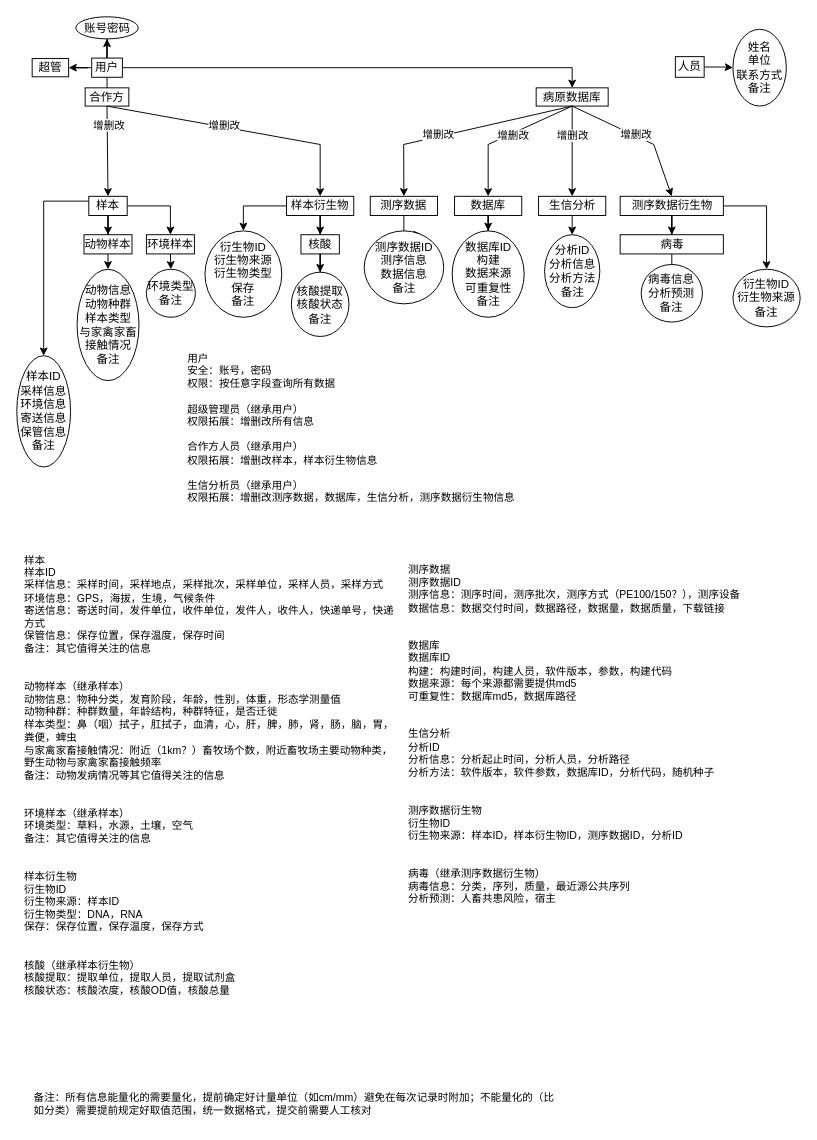
Earlier version of the draw.io diagram Copy of 病原大数据共享平台ER图.drawio (dailypartita/diagram-kaiti). Source tidied: cells renumbered, new cells numbered last; positions are measured from the earlier drawing's top-left corner, leaving out a move shared by most shapes. Both pictures are drawn from the tidied source at 96%, with x=0, y=0 at pixel (16, 16).
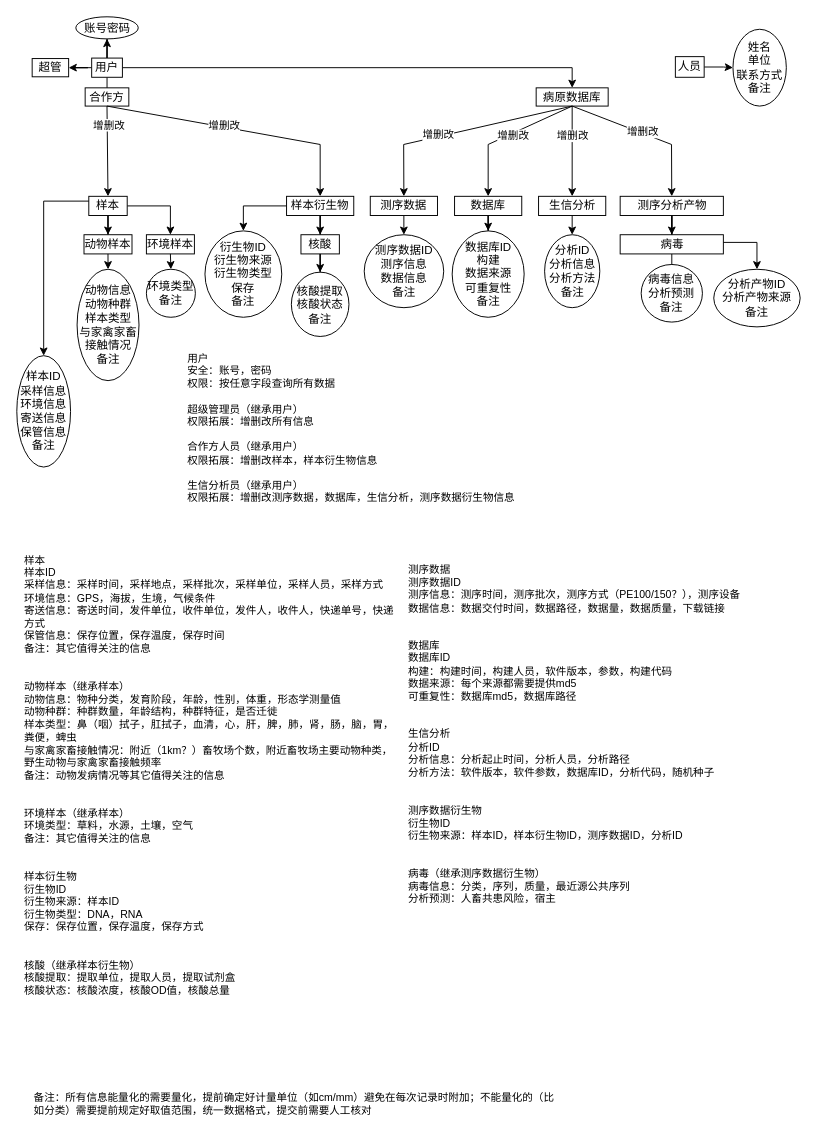
The same diagram, later.

Commit message:
Update Copy of 病原大数据共享平台ER图.drawio

Unchanged cells that the change refers to:
```xml
<mxCell id="9" value="病原数据库" style="rounded=0;whiteSpace=wrap;html=1;" parent="1" vertex="1">
  <mxGeometry x="541" y="74" width="75" height="19" as="geometry" />
</mxCell>
```

Change to the diagram source:
```diff
@@
-    <mxCell id="41" value="测序数据衍生物" style="rounded=0;whiteSpace=wrap;html=1;" parent="1" vertex="1">
+    <mxCell id="41" value="测序分析产物" style="rounded=0;whiteSpace=wrap;html=1;" parent="1" vertex="1">
       <mxGeometry x="628.5" y="187" width="107.5" height="20" as="geometry" />
     </mxCell>
     <mxCell id="42" style="endArrow=classic;html=1;rounded=0;exitX=0.5;exitY=1;exitDx=0;exitDy=0;entryX=0.5;entryY=0;entryDx=0;entryDy=0;" parent="1" edge="1" source="9" target="41">
       <mxGeometry relative="1" as="geometry">
         <Array as="points">
-          <mxPoint x="663.5" y="133" />
+          <mxPoint x="682" y="133" />
         </Array>
       </mxGeometry>
     </mxCell>
@@
     <mxCell id="52" value="测序数据ID&lt;br&gt;测序信息&lt;br&gt;数据信息&lt;br&gt;备注" style="ellipse;whiteSpace=wrap;html=1;rounded=0;" parent="1" vertex="1">
-      <mxGeometry x="361.9" y="223" width="82.8" height="76" as="geometry" />
+      <mxGeometry x="361.9" y="227" width="82.8" height="76" as="geometry" />
     </mxCell>
@@
-    <mxCell id="55" value="衍生物ID&lt;br&gt;衍生物来源&lt;br&gt;备注" style="ellipse;whiteSpace=wrap;html=1;rounded=0;" parent="1" vertex="1">
-      <mxGeometry x="746" y="263" width="70" height="60" as="geometry" />
+    <mxCell id="55" value="分析产物ID&lt;br&gt;分析产物来源&lt;br&gt;备注" style="ellipse;whiteSpace=wrap;html=1;rounded=0;" parent="1" vertex="1">
+      <mxGeometry x="726" y="263" width="90" height="60" as="geometry" />
     </mxCell>
```
